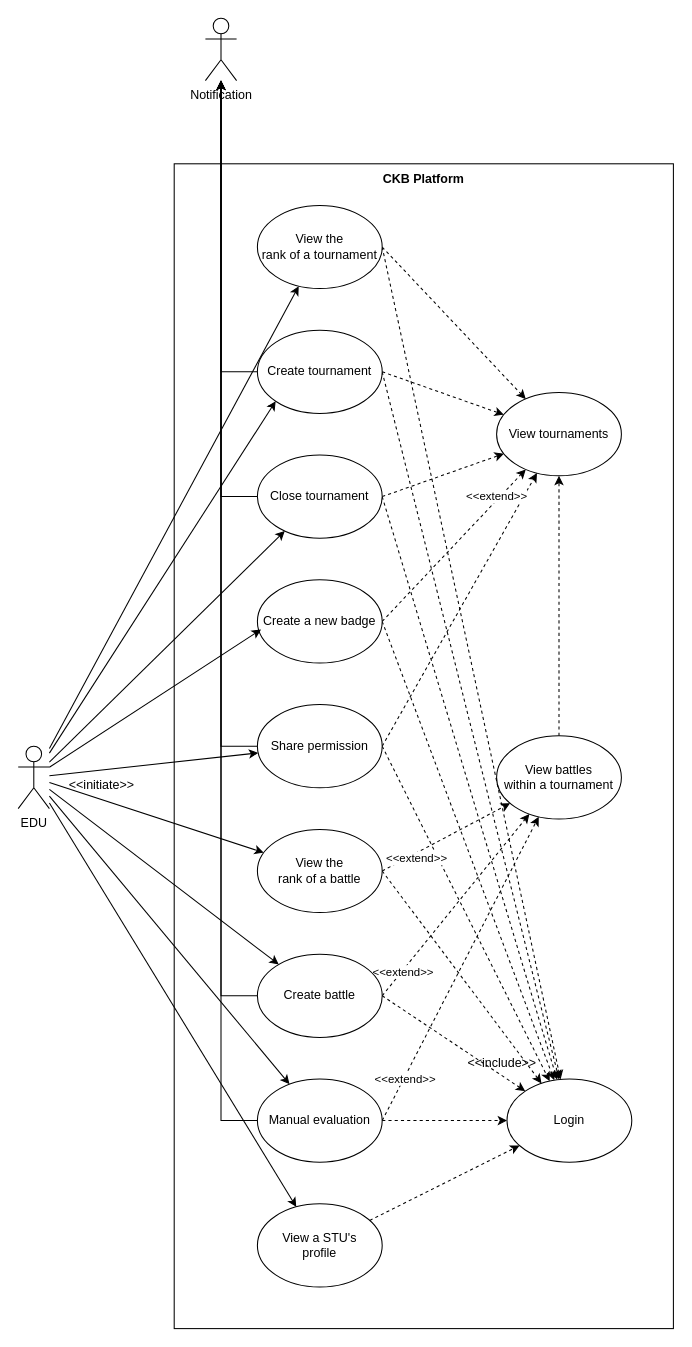
Before: page "EDU" (2 of 3) of RASD/images/sequence_diagrams/use_case_diagrams.drawio in pontig/sw-eng-2-PasiniPontiggiaStasi, a draw.io diagram. Source tidied: cells renumbered, new cells numbered last; positions are measured from the earlier drawing's top-left corner, leaving out a move shared by most shapes. Both pictures are drawn from the tidied source at 104%, with x=0, y=0 at pixel (18, 18).
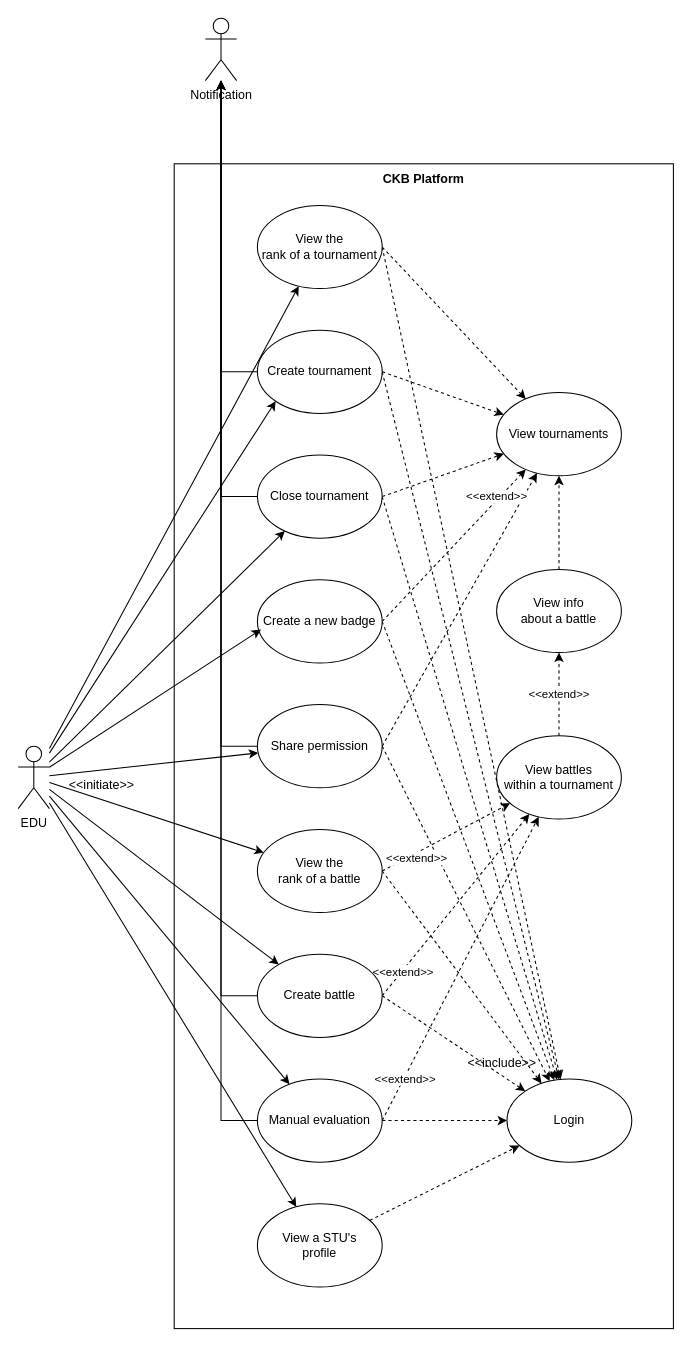
The same page after the edit.

Unchanged cells that the change refers to:
```xml
<mxCell id="25" value="View tournaments" style="ellipse;whiteSpace=wrap;html=1;" parent="1" vertex="1">
  <mxGeometry x="460" y="360" width="120" height="80" as="geometry" />
</mxCell>
<mxCell id="27" value="View battles&lt;br&gt;within a tournament" style="ellipse;whiteSpace=wrap;html=1;" parent="1" vertex="1">
  <mxGeometry x="460" y="690" width="120" height="80" as="geometry" />
</mxCell>
```

Change to the diagram source:
```diff
@@
+    <mxCell id="51" style="whiteSpace=wrap;html=1;fillColor=none;" parent="1" vertex="1">
+      <mxGeometry x="150" y="140" width="480" height="1120" as="geometry" />
+    </mxCell>
@@
-    <mxCell id="26" style="edgeStyle=orthogonalEdgeStyle;rounded=0;jettySize=auto;html=1;dashed=1;" parent="1" edge="1" source="27" target="25">
+    <mxCell id="26" style="edgeStyle=orthogonalEdgeStyle;rounded=0;jettySize=auto;html=1;dashed=1;" parent="1" edge="1" source="53" target="25">
       <mxGeometry relative="1" as="geometry" />
     </mxCell>
@@
-    <mxCell id="51" style="whiteSpace=wrap;html=1;fillColor=none;" parent="1" vertex="1">
-      <mxGeometry x="150" y="140" width="480" height="1120" as="geometry" />
-    </mxCell>
+    <mxCell id="52" value="&amp;lt;&amp;lt;extend&amp;gt;&amp;gt;" style="edgeStyle=orthogonalEdgeStyle;rounded=0;jettySize=auto;html=1;dashed=1;" parent="1" edge="1" source="27" target="53">
+      <mxGeometry relative="1" as="geometry" />
+    </mxCell>
+    <mxCell id="53" value="View info&lt;br&gt;about a battle" style="ellipse;whiteSpace=wrap;html=1;" parent="1" vertex="1">
+      <mxGeometry x="460" y="530" width="120" height="80" as="geometry" />
+    </mxCell>
```
